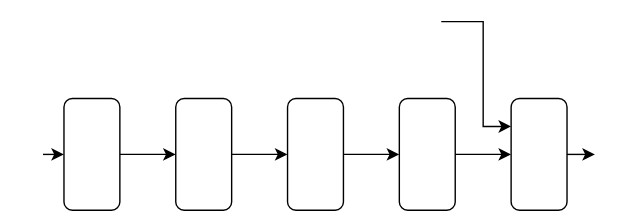
fumiaki05/dlfs2_nootbook keeps this draw.io diagram as notebook/fig/1_3_1.drawio.svg. Above is the earlier version. Source tidied: cells renumbered, new cells last; positions are measured from the earlier drawing's top-left corner, leaving out a move shared by most shapes.
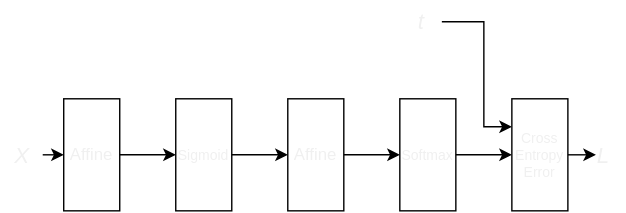
Above is the later version.

Commit message:
fix figure color

What changed in the source:
```diff
@@ -2,48 +2,48 @@
   <root>
     <mxCell id="0" />
     <mxCell id="1" parent="0" />
-    <mxCell id="2" style="edgeStyle=none;html=1;entryX=0;entryY=0.5;entryDx=0;entryDy=0;fontColor=#FFFFFF;" parent="1" edge="1" source="3" target="5">
+    <mxCell id="2" style="edgeStyle=none;html=1;entryX=0;entryY=0.5;entryDx=0;entryDy=0;fontColor=#F0F0F0;rounded=0;labelBackgroundColor=none;" parent="1" edge="1" source="3" target="5">
       <mxGeometry relative="1" as="geometry" />
     </mxCell>
-    <mxCell id="3" value="X" style="text;html=1;align=center;verticalAlign=middle;points=[];strokeColor=none;fillColor=none;fontSize=16;fontStyle=2;fontColor=#FFFFFF;" parent="1" vertex="1">
+    <mxCell id="3" value="X" style="text;html=1;align=center;verticalAlign=middle;points=[];strokeColor=none;fillColor=none;fontSize=16;fontStyle=2;fontColor=#F0F0F0;rounded=0;labelBackgroundColor=none;" parent="1" vertex="1">
       <mxGeometry y="95" width="30" height="30" as="geometry" />
     </mxCell>
-    <mxCell id="4" style="edgeStyle=none;html=1;entryX=0;entryY=0.5;entryDx=0;entryDy=0;fontSize=16;fontColor=#FFFFFF;" parent="1" edge="1" source="5" target="7">
+    <mxCell id="4" style="edgeStyle=none;html=1;entryX=0;entryY=0.5;entryDx=0;entryDy=0;fontSize=16;fontColor=#F0F0F0;rounded=0;labelBackgroundColor=none;" parent="1" edge="1" source="5" target="7">
       <mxGeometry relative="1" as="geometry" />
     </mxCell>
-    <mxCell id="5" value="Affine" style="rounded=1;whiteSpace=wrap;html=1;fontColor=#FFFFFF;fillColor=default;fillStyle=hatch;" parent="1" vertex="1">
+    <mxCell id="5" value="Affine" style="rounded=0;whiteSpace=wrap;html=1;fontColor=#F0F0F0;fillColor=default;fillStyle=hatch;labelBackgroundColor=none;" parent="1" vertex="1">
       <mxGeometry x="45" y="70" width="40" height="80" as="geometry" />
     </mxCell>
-    <mxCell id="6" style="edgeStyle=none;html=1;entryX=0;entryY=0.5;entryDx=0;entryDy=0;fontSize=16;fontColor=#FFFFFF;" parent="1" edge="1" source="7" target="9">
+    <mxCell id="6" style="edgeStyle=none;html=1;entryX=0;entryY=0.5;entryDx=0;entryDy=0;fontSize=16;fontColor=#F0F0F0;rounded=0;labelBackgroundColor=none;" parent="1" edge="1" source="7" target="9">
       <mxGeometry relative="1" as="geometry" />
     </mxCell>
-    <mxCell id="7" value="Sigmoid" style="rounded=1;whiteSpace=wrap;html=1;fontSize=10;fontColor=#FFFFFF;fillColor=default;fillStyle=hatch;" parent="1" vertex="1">
+    <mxCell id="7" value="Sigmoid" style="rounded=0;whiteSpace=wrap;html=1;fontSize=10;fontColor=#F0F0F0;fillColor=default;fillStyle=hatch;labelBackgroundColor=none;" parent="1" vertex="1">
       <mxGeometry x="125" y="70" width="40" height="80" as="geometry" />
     </mxCell>
-    <mxCell id="8" style="edgeStyle=none;html=1;entryX=0;entryY=0.5;entryDx=0;entryDy=0;fontSize=16;fontColor=#FFFFFF;" parent="1" edge="1" source="9" target="11">
+    <mxCell id="8" style="edgeStyle=none;html=1;entryX=0;entryY=0.5;entryDx=0;entryDy=0;fontSize=16;fontColor=#F0F0F0;rounded=0;labelBackgroundColor=none;" parent="1" edge="1" source="9" target="11">
       <mxGeometry relative="1" as="geometry" />
     </mxCell>
-    <mxCell id="9" value="Affine" style="rounded=1;whiteSpace=wrap;html=1;fontColor=#FFFFFF;fillColor=default;fillStyle=hatch;" parent="1" vertex="1">
+    <mxCell id="9" value="Affine" style="rounded=0;whiteSpace=wrap;html=1;fontColor=#F0F0F0;fillColor=default;fillStyle=hatch;labelBackgroundColor=none;" parent="1" vertex="1">
       <mxGeometry x="205" y="70" width="40" height="80" as="geometry" />
     </mxCell>
-    <mxCell id="10" style="edgeStyle=none;html=1;entryX=0;entryY=0.5;entryDx=0;entryDy=0;fontSize=16;fontColor=#FFFFFF;" parent="1" edge="1" source="11" target="13">
+    <mxCell id="10" style="edgeStyle=none;html=1;entryX=0;entryY=0.5;entryDx=0;entryDy=0;fontSize=16;fontColor=#F0F0F0;rounded=0;labelBackgroundColor=none;" parent="1" edge="1" source="11" target="13">
       <mxGeometry relative="1" as="geometry" />
     </mxCell>
-    <mxCell id="11" value="Softmax" style="rounded=1;whiteSpace=wrap;html=1;fontSize=10;fontColor=#FFFFFF;fillColor=default;fillStyle=hatch;" parent="1" vertex="1">
+    <mxCell id="11" value="Softmax" style="rounded=0;whiteSpace=wrap;html=1;fontSize=10;fontColor=#F0F0F0;fillColor=default;fillStyle=hatch;labelBackgroundColor=none;" parent="1" vertex="1">
       <mxGeometry x="285" y="70" width="40" height="80" as="geometry" />
     </mxCell>
-    <mxCell id="12" style="edgeStyle=none;html=1;fontSize=16;fontColor=#FFFFFF;" parent="1" edge="1" source="13">
+    <mxCell id="12" style="edgeStyle=none;html=1;fontSize=16;fontColor=#F0F0F0;rounded=0;labelBackgroundColor=none;" parent="1" edge="1" source="13">
       <mxGeometry relative="1" as="geometry">
         <mxPoint x="425" y="110" as="targetPoint" />
       </mxGeometry>
     </mxCell>
-    <mxCell id="13" value="Cross Entropy Error" style="rounded=1;whiteSpace=wrap;html=1;fontSize=10;fontColor=#FFFFFF;fillColor=default;fillStyle=hatch;" parent="1" vertex="1">
+    <mxCell id="13" value="Cross Entropy Error" style="rounded=0;whiteSpace=wrap;html=1;fontSize=10;fontColor=#F0F0F0;fillColor=default;fillStyle=hatch;labelBackgroundColor=none;" parent="1" vertex="1">
       <mxGeometry x="365" y="70" width="40" height="80" as="geometry" />
     </mxCell>
-    <mxCell id="14" value="L" style="text;html=1;align=center;verticalAlign=middle;strokeColor=none;fillColor=none;fontSize=16;fontStyle=2;fontColor=#FFFFFF;" parent="1" vertex="1">
+    <mxCell id="14" value="L" style="text;html=1;align=center;verticalAlign=middle;strokeColor=none;fillColor=none;fontSize=16;fontStyle=2;fontColor=#F0F0F0;rounded=0;labelBackgroundColor=none;" parent="1" vertex="1">
       <mxGeometry x="415" y="95" width="30" height="30" as="geometry" />
     </mxCell>
-    <mxCell id="15" style="edgeStyle=none;html=1;entryX=0;entryY=0.25;entryDx=0;entryDy=0;fontSize=16;rounded=0;fontColor=#FFFFFF;" parent="1" edge="1" source="16" target="13">
+    <mxCell id="15" style="edgeStyle=none;html=1;entryX=0;entryY=0.25;entryDx=0;entryDy=0;fontSize=16;rounded=0;fontColor=#F0F0F0;labelBackgroundColor=none;" parent="1" edge="1" source="16" target="13">
       <mxGeometry relative="1" as="geometry">
         <Array as="points">
           <mxPoint x="345" y="15" />
@@ -51,7 +51,7 @@
         </Array>
       </mxGeometry>
     </mxCell>
-    <mxCell id="16" value="t" style="text;html=1;align=center;verticalAlign=middle;points=[];strokeColor=none;fillColor=none;fontSize=16;fontStyle=2;fontColor=#FFFFFF;" parent="1" vertex="1">
+    <mxCell id="16" value="t" style="text;html=1;align=center;verticalAlign=middle;points=[];strokeColor=none;fillColor=none;fontSize=16;fontStyle=2;fontColor=#F0F0F0;rounded=0;labelBackgroundColor=none;" parent="1" vertex="1">
       <mxGeometry x="285" width="30" height="30" as="geometry" />
     </mxCell>
   </root>
```
